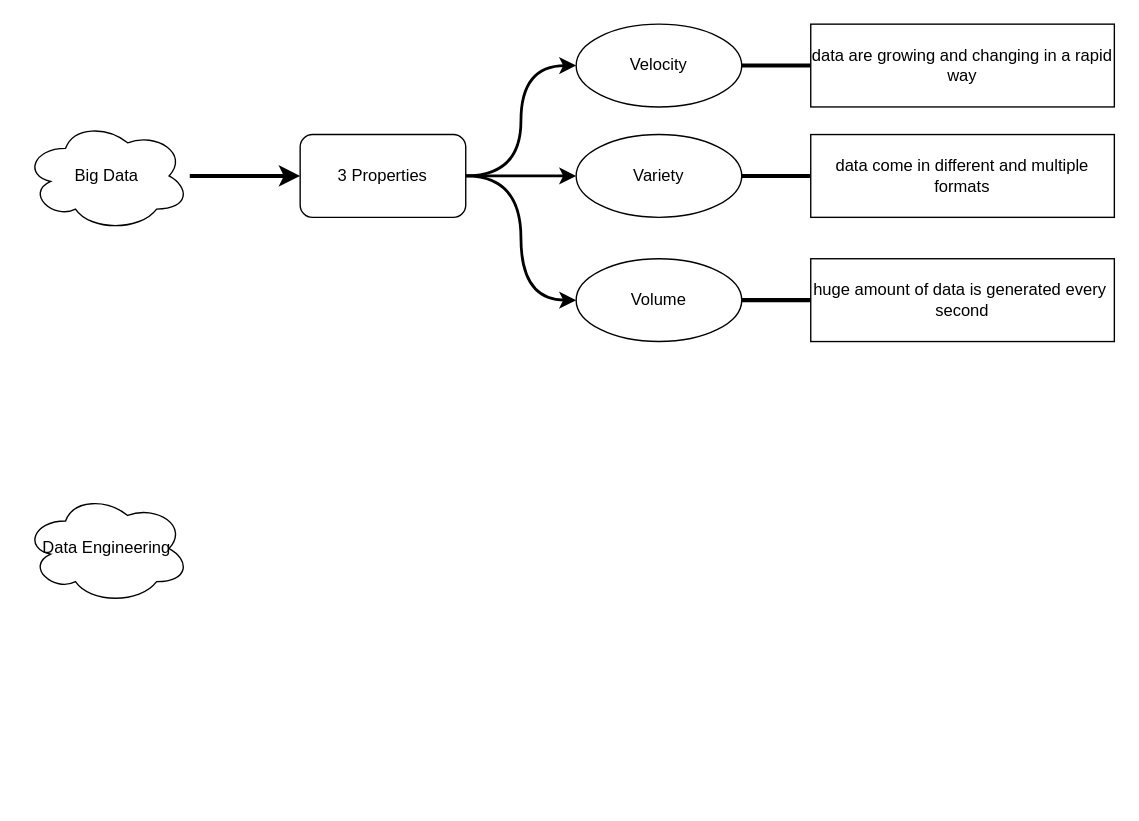
Earlier version of the draw.io diagram data-engineering.drawio (tungstudies/computer-science-study). Source tidied: cells renumbered, new cells numbered last; positions are measured from the earlier drawing's top-left corner, leaving out a move shared by most shapes. Both pictures are drawn from the tidied source at 138%, with x=0, y=0 at pixel (23, 23).
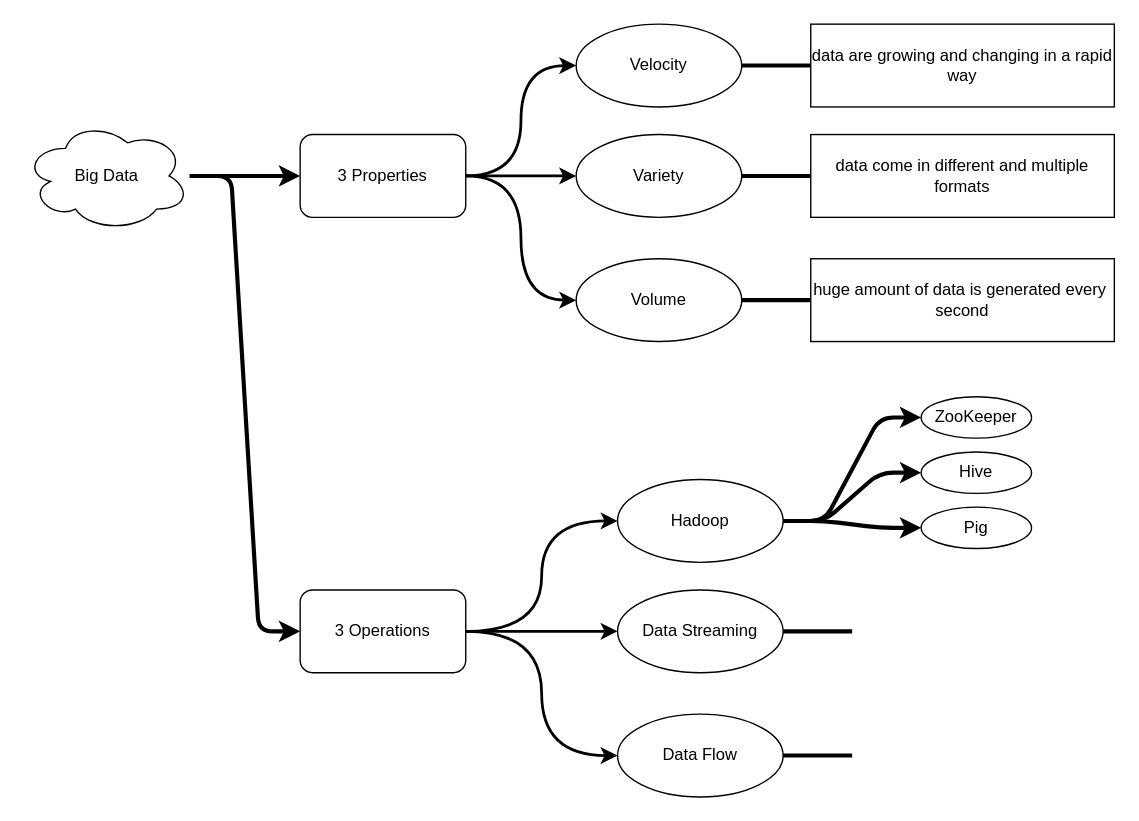
The same diagram, later.

Commit message:
three operations

The change refers to these unchanged cells:
```xml
<mxCell id="3" value="&lt;div&gt;Big Data&lt;/div&gt;" style="ellipse;shape=cloud;whiteSpace=wrap;html=1;rounded=1;" parent="1" vertex="1">
  <mxGeometry y="70" width="120" height="80" as="geometry" />
</mxCell>
```

Diff of the diagram source:
```diff
@@
+    <mxCell id="18" style="edgeStyle=entityRelationEdgeStyle;rounded=1;jettySize=auto;elbow=vertical;html=1;entryX=0;entryY=0.5;entryDx=0;entryDy=0;endArrow=classic;endFill=1;strokeWidth=3;" parent="1" edge="1" source="3" target="22">
+      <mxGeometry relative="1" as="geometry" />
+    </mxCell>
@@
-    <mxCell id="17" value="Data Engineering" style="ellipse;shape=cloud;whiteSpace=wrap;html=1;rounded=1;" parent="1" vertex="1">
-      <mxGeometry y="340" width="120" height="80" as="geometry" />
-    </mxCell>
+    <mxCell id="19" style="edgeStyle=orthogonalEdgeStyle;rounded=0;jettySize=auto;html=1;curved=1;strokeWidth=2;" parent="1" edge="1" source="22" target="24">
+      <mxGeometry relative="1" as="geometry" />
+    </mxCell>
+    <mxCell id="20" style="edgeStyle=orthogonalEdgeStyle;rounded=0;jettySize=auto;html=1;exitX=1;exitY=0.5;exitDx=0;exitDy=0;entryX=0;entryY=0.5;entryDx=0;entryDy=0;curved=1;strokeWidth=2;" parent="1" edge="1" source="22" target="30">
+      <mxGeometry relative="1" as="geometry" />
+    </mxCell>
+    <mxCell id="21" style="edgeStyle=orthogonalEdgeStyle;rounded=0;jettySize=auto;html=1;entryX=0;entryY=0.5;entryDx=0;entryDy=0;curved=1;strokeWidth=2;" parent="1" edge="1" source="22" target="26">
+      <mxGeometry relative="1" as="geometry" />
+    </mxCell>
+    <mxCell id="22" value="3 Operations" style="rounded=1;whiteSpace=wrap;html=1;" parent="1" vertex="1">
+      <mxGeometry x="200" y="410" width="120" height="60" as="geometry" />
+    </mxCell>
+    <mxCell id="23" style="edgeStyle=elbowEdgeStyle;rounded=1;jettySize=auto;elbow=vertical;html=1;entryX=0;entryY=0.5;entryDx=0;entryDy=0;endArrow=none;endFill=0;strokeWidth=3;" parent="1" edge="1" source="24">
+      <mxGeometry relative="1" as="geometry">
+        <mxPoint x="600" y="440" as="targetPoint" />
+      </mxGeometry>
+    </mxCell>
+    <mxCell id="24" value="Data Streaming" style="ellipse;whiteSpace=wrap;html=1;rounded=1;" parent="1" vertex="1">
+      <mxGeometry x="430" y="410" width="120" height="60" as="geometry" />
+    </mxCell>
+    <mxCell id="25" style="edgeStyle=elbowEdgeStyle;rounded=1;jettySize=auto;elbow=vertical;html=1;entryX=0;entryY=0.5;entryDx=0;entryDy=0;endArrow=none;endFill=0;strokeWidth=3;" parent="1" edge="1" source="26">
+      <mxGeometry relative="1" as="geometry">
+        <mxPoint x="600" y="530" as="targetPoint" />
+      </mxGeometry>
+    </mxCell>
+    <mxCell id="26" value="Data Flow" style="ellipse;whiteSpace=wrap;html=1;rounded=1;" parent="1" vertex="1">
+      <mxGeometry x="430" y="500" width="120" height="60" as="geometry" />
+    </mxCell>
+    <mxCell id="27" style="edgeStyle=entityRelationEdgeStyle;rounded=1;jettySize=auto;html=1;endArrow=classic;endFill=1;strokeWidth=3;elbow=vertical;" parent="1" edge="1" source="30" target="31">
+      <mxGeometry relative="1" as="geometry" />
+    </mxCell>
+    <mxCell id="28" style="edgeStyle=entityRelationEdgeStyle;rounded=1;jettySize=auto;html=1;endArrow=classic;endFill=1;strokeWidth=3;elbow=vertical;" parent="1" edge="1" source="30" target="32">
+      <mxGeometry relative="1" as="geometry" />
+    </mxCell>
+    <mxCell id="29" style="edgeStyle=entityRelationEdgeStyle;rounded=1;jettySize=auto;html=1;entryX=0;entryY=0.5;entryDx=0;entryDy=0;endArrow=classic;endFill=1;strokeWidth=3;elbow=vertical;" parent="1" edge="1" source="30" target="33">
+      <mxGeometry relative="1" as="geometry" />
+    </mxCell>
+    <mxCell id="30" value="Hadoop" style="ellipse;whiteSpace=wrap;html=1;rounded=1;" parent="1" vertex="1">
+      <mxGeometry x="430" y="330" width="120" height="60" as="geometry" />
+    </mxCell>
+    <mxCell id="31" value="ZooKeeper" style="ellipse;whiteSpace=wrap;html=1;rounded=1;" parent="1" vertex="1">
+      <mxGeometry x="650" y="270" width="80" height="30" as="geometry" />
+    </mxCell>
+    <mxCell id="32" value="Hive" style="ellipse;whiteSpace=wrap;html=1;rounded=1;" parent="1" vertex="1">
+      <mxGeometry x="650" y="310" width="80" height="30" as="geometry" />
+    </mxCell>
+    <mxCell id="33" value="Pig" style="ellipse;whiteSpace=wrap;html=1;rounded=1;" parent="1" vertex="1">
+      <mxGeometry x="650" y="350" width="80" height="30" as="geometry" />
+    </mxCell>
```
